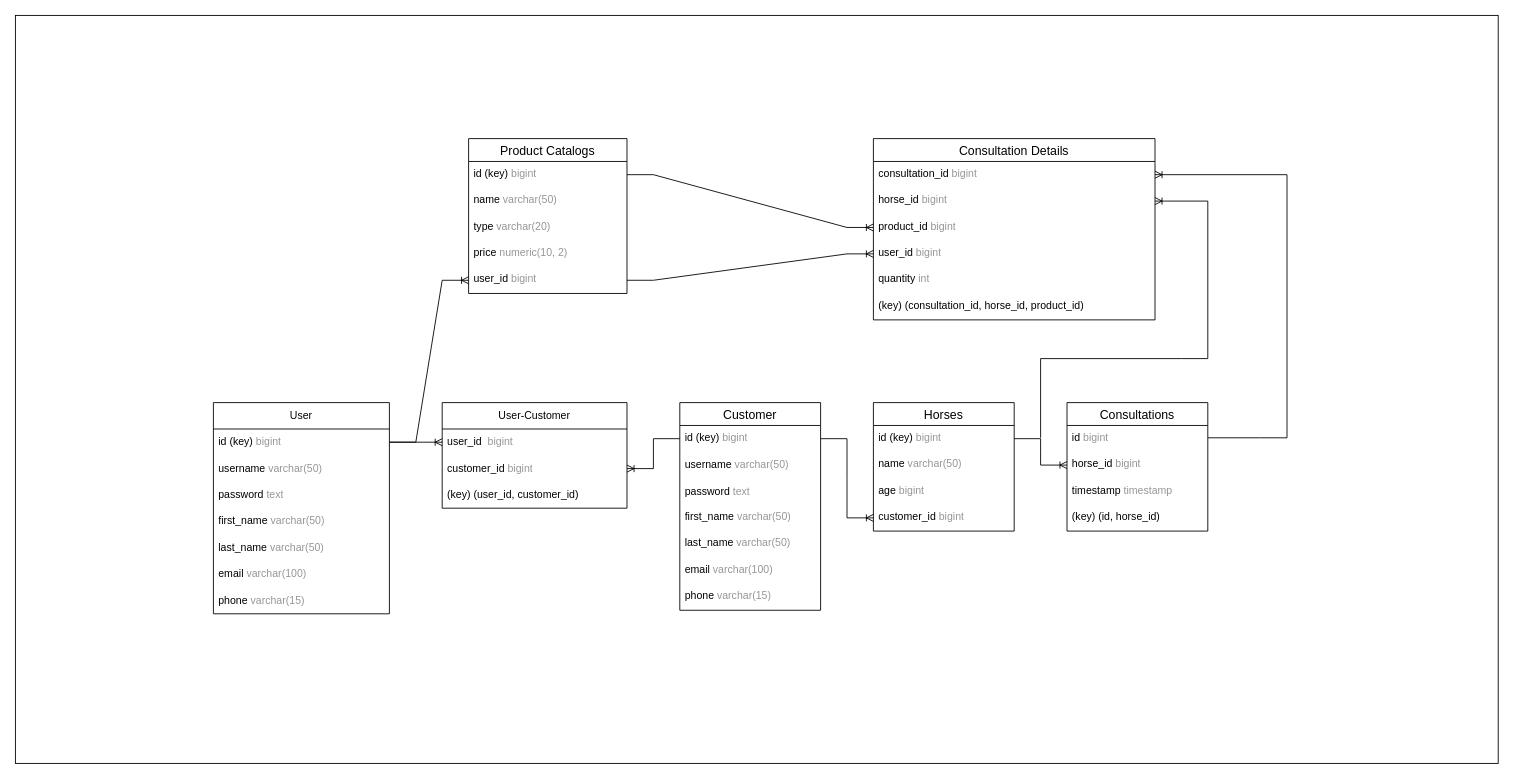
Before: ChartDB.drawio in GGworkz/horseapp, a draw.io diagram. Source tidied: cells renumbered, new cells numbered last; positions are measured from the earlier drawing's top-left corner, leaving out a move shared by most shapes. Both pictures are drawn from the tidied source at 88%, with x=0, y=0 at pixel (15, 15).
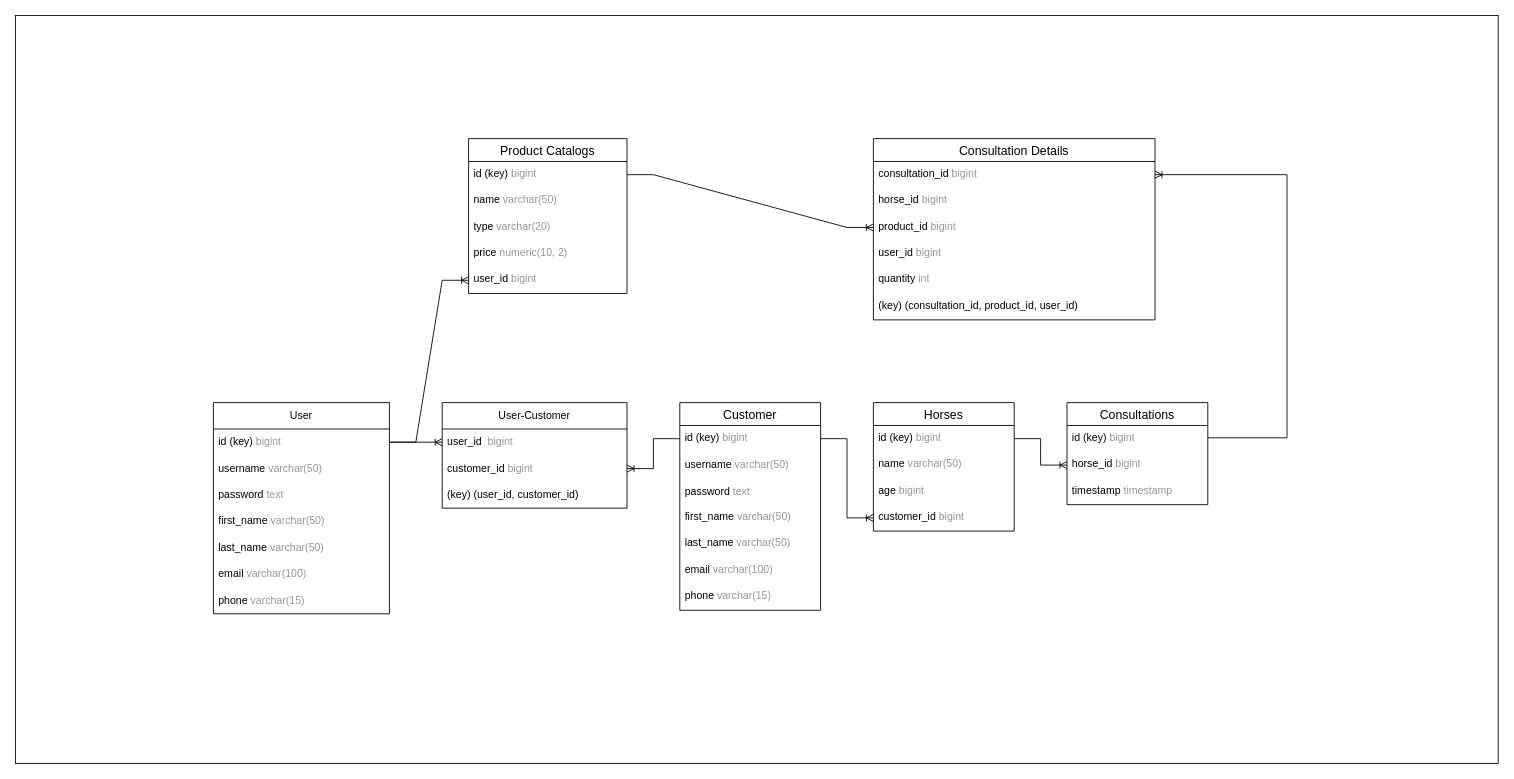
Above is the later version.

The change refers to these unchanged cells:
```xml
<mxCell id="29" value="Consultation Details" style="swimlane;fontStyle=0;horizontal=1;startSize=26;align=center;fontSize=14;" parent="1" vertex="1">
  <mxGeometry x="975" y="140" width="320" height="206" as="geometry" />
</mxCell>
<mxCell id="31" value="horse_id&amp;nbsp;&lt;span style=&quot;caret-color: rgb(150, 150, 150); color: rgb(150, 150, 150);&quot;&gt;bigint&lt;/span&gt;" style="text;strokeColor=none;fillColor=none;spacingLeft=4;spacingRight=4;overflow=hidden;points=[[0,0.5],[1,0.5]];portConstraint=eastwest;fontSize=12;whiteSpace=wrap;html=1;" parent="29" vertex="1">
  <mxGeometry y="56" width="320" height="30" as="geometry" />
</mxCell>
<mxCell id="33" value="user_id&amp;nbsp;&lt;span style=&quot;caret-color: rgb(150, 150, 150); color: rgb(150, 150, 150);&quot;&gt;bigint&lt;/span&gt;" style="text;strokeColor=none;fillColor=none;spacingLeft=4;spacingRight=4;overflow=hidden;points=[[0,0.5],[1,0.5]];portConstraint=eastwest;fontSize=12;whiteSpace=wrap;html=1;" parent="29" vertex="1">
  <mxGeometry y="116" width="320" height="30" as="geometry" />
</mxCell>
<mxCell id="41" value="user_id&amp;nbsp;&lt;span style=&quot;caret-color: rgb(150, 150, 150); color: rgb(150, 150, 150);&quot;&gt;bigint&lt;/span&gt;" style="text;strokeColor=none;fillColor=none;spacingLeft=4;spacingRight=4;overflow=hidden;points=[[0,0.5],[1,0.5]];portConstraint=eastwest;fontSize=12;whiteSpace=wrap;html=1;" parent="36" vertex="1">
  <mxGeometry y="146" width="180" height="30" as="geometry" />
</mxCell>
```

Diff of the diagram source:
```diff
@@
     <mxCell id="24" value="Consultations" style="swimlane;fontStyle=0;horizontal=1;startSize=26;align=center;fontSize=14;" parent="1" vertex="1">
-      <mxGeometry x="1195" y="440" width="160" height="146" as="geometry" />
+      <mxGeometry x="1195" y="440" width="160" height="116" as="geometry" />
     </mxCell>
-    <mxCell id="25" value="id&amp;nbsp;&lt;span style=&quot;caret-color: rgb(150, 150, 150); color: rgb(150, 150, 150);&quot;&gt;bigint&lt;/span&gt;" style="text;strokeColor=none;fillColor=none;spacingLeft=4;spacingRight=4;overflow=hidden;fontSize=12;whiteSpace=wrap;html=1;" parent="24" vertex="1">
+    <mxCell id="25" value="id (key)&amp;nbsp;&lt;span style=&quot;caret-color: rgb(150, 150, 150); color: rgb(150, 150, 150); --darkreader-inline-color: #a49c90;&quot;&gt;bigint&lt;/span&gt;" style="text;strokeColor=none;fillColor=none;spacingLeft=4;spacingRight=4;overflow=hidden;fontSize=12;whiteSpace=wrap;html=1;" parent="24" vertex="1">
       <mxGeometry y="26" width="160" height="30" as="geometry" />
     </mxCell>
@@
-    <mxCell id="28" value="(key)&amp;nbsp;(id, horse_id)" style="text;strokeColor=none;fillColor=none;spacingLeft=4;spacingRight=4;overflow=hidden;fontSize=12;whiteSpace=wrap;html=1;" parent="24" vertex="1">
-      <mxGeometry y="116" width="160" height="30" as="geometry" />
-    </mxCell>
@@
-    <mxCell id="35" value="(key)&amp;nbsp;(consultation_id, horse_id, product_id)" style="text;strokeColor=none;fillColor=none;spacingLeft=4;spacingRight=4;overflow=hidden;fontSize=12;whiteSpace=wrap;html=1;" parent="29" vertex="1">
+    <mxCell id="35" value="(key)&amp;nbsp;(consultation_id, product_id, user_id)" style="text;strokeColor=none;fillColor=none;spacingLeft=4;spacingRight=4;overflow=hidden;fontSize=12;whiteSpace=wrap;html=1;" parent="29" vertex="1">
       <mxGeometry y="176" width="320" height="30" as="geometry" />
     </mxCell>
@@
-    <mxCell id="44" style="edgeStyle=entityRelationEdgeStyle;fontSize=12;html=1;endArrow=ERoneToMany;rounded=0;entryX=1;entryY=0.5;entryDx=0;entryDy=0;" parent="1" edge="1" target="31">
-      <mxGeometry relative="1" as="geometry">
-        <mxPoint x="1325" y="390" as="sourcePoint" />
-      </mxGeometry>
-    </mxCell>
-    <mxCell id="45" style="endArrow=none;html=1;rounded=0;" parent="1" edge="1">
-      <mxGeometry relative="1" as="geometry">
-        <mxPoint x="1165" y="390" as="sourcePoint" />
-        <mxPoint x="1325" y="390" as="targetPoint" />
-      </mxGeometry>
-    </mxCell>
-    <mxCell id="46" style="endArrow=none;html=1;rounded=0;" parent="1" edge="1">
-      <mxGeometry relative="1" as="geometry">
-        <mxPoint x="1165" y="480" as="sourcePoint" />
-        <mxPoint x="1165" y="390" as="targetPoint" />
-      </mxGeometry>
-    </mxCell>
@@
-    <mxCell id="57" style="edgeStyle=entityRelationEdgeStyle;fontSize=12;html=1;endArrow=ERoneToMany;rounded=0;" parent="1" edge="1" source="41" target="33">
-      <mxGeometry relative="1" as="geometry" />
-    </mxCell>
```
